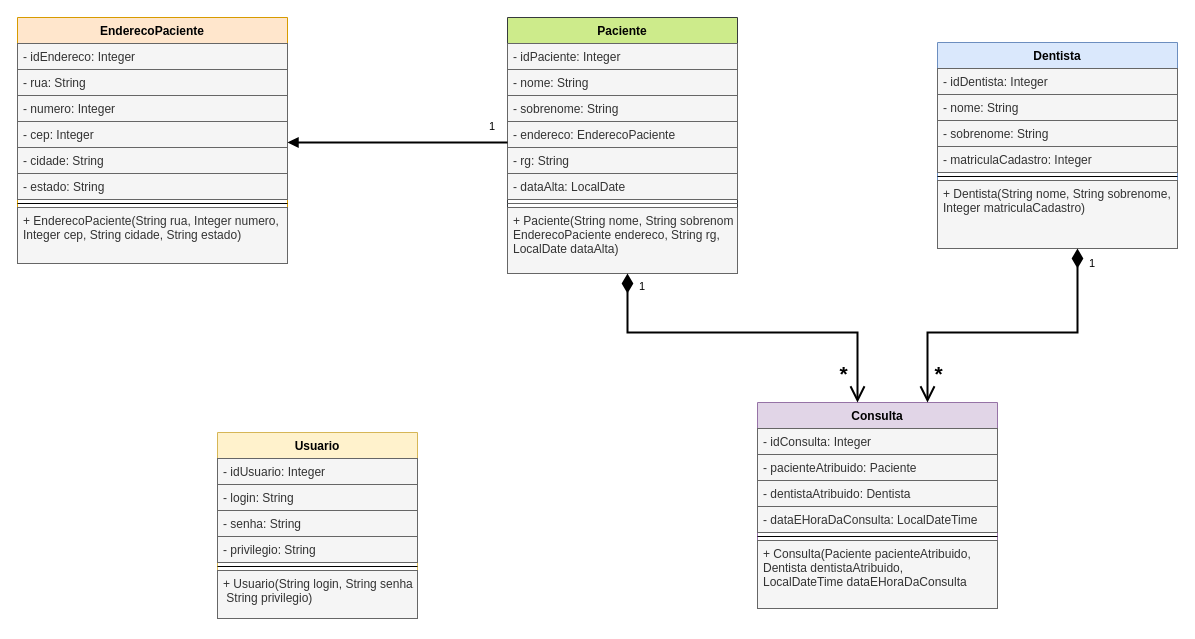
Before: documentation/UML/SistemaReservaConsulta.drawio in RudeBoyOne/checkPoint_Integrador_BackEndOne, a draw.io diagram. Source tidied: cells renumbered, new cells numbered last; positions are measured from the earlier drawing's top-left corner, leaving out a move shared by most shapes. Both pictures are drawn from the tidied source at 100%, with x=0, y=0 at pixel (17, 17).
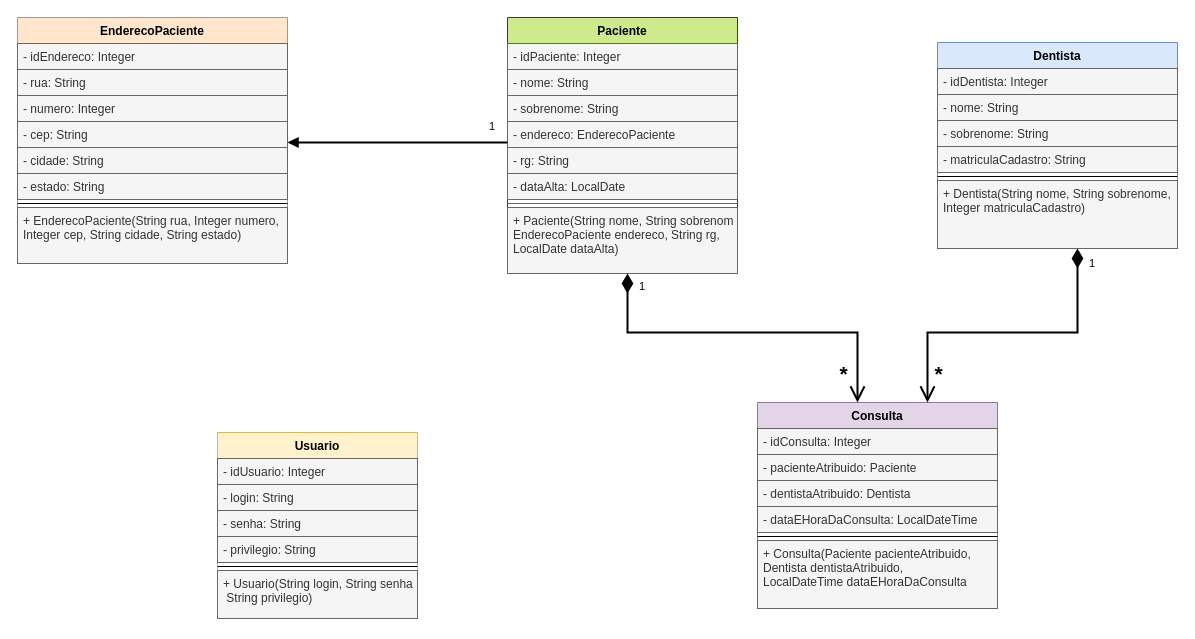
After the change.

Commit message (it also covers changes not shown here):
mudanças automáticas do drawio - UML

Unchanged cells that the change refers to:
```xml
<mxCell id="2" value="Dentista" style="swimlane;fontStyle=1;align=center;verticalAlign=top;horizontal=1;startSize=26;fillColor=#dae8fc;strokeColor=#6c8ebf;" parent="1" vertex="1">
  <mxGeometry x="920" y="25" width="240" height="206" as="geometry" />
</mxCell>
<mxCell id="18" value="EnderecoPaciente" style="swimlane;fontStyle=1;align=center;verticalAlign=top;horizontal=1;startSize=26;fillColor=#ffe6cc;strokeColor=#d79b00;" parent="1" vertex="1">
  <mxGeometry width="270" height="246" as="geometry" />
</mxCell>
```

Diff of the diagram source:
```diff
@@
-    <mxCell id="6" value="- matriculaCadastro: Integer" style="text;strokeColor=#666666;fillColor=#f5f5f5;align=left;verticalAlign=top;spacingLeft=4;spacingRight=4;overflow=hidden;fontColor=#333333;" parent="2" vertex="1">
+    <mxCell id="6" value="- matriculaCadastro: String" style="text;strokeColor=#666666;fillColor=#f5f5f5;align=left;verticalAlign=top;spacingLeft=4;spacingRight=4;overflow=hidden;fontColor=#333333;" parent="2" vertex="1">
       <mxGeometry y="104" width="240" height="26" as="geometry" />
     </mxCell>
@@
-    <mxCell id="22" value="- cep: Integer" style="text;strokeColor=#666666;fillColor=#f5f5f5;align=left;verticalAlign=top;spacingLeft=4;spacingRight=4;overflow=hidden;fontColor=#333333;" parent="18" vertex="1">
+    <mxCell id="22" value="- cep: String" style="text;strokeColor=#666666;fillColor=#f5f5f5;align=left;verticalAlign=top;spacingLeft=4;spacingRight=4;overflow=hidden;fontColor=#333333;" parent="18" vertex="1">
       <mxGeometry y="104" width="270" height="26" as="geometry" />
     </mxCell>
```
